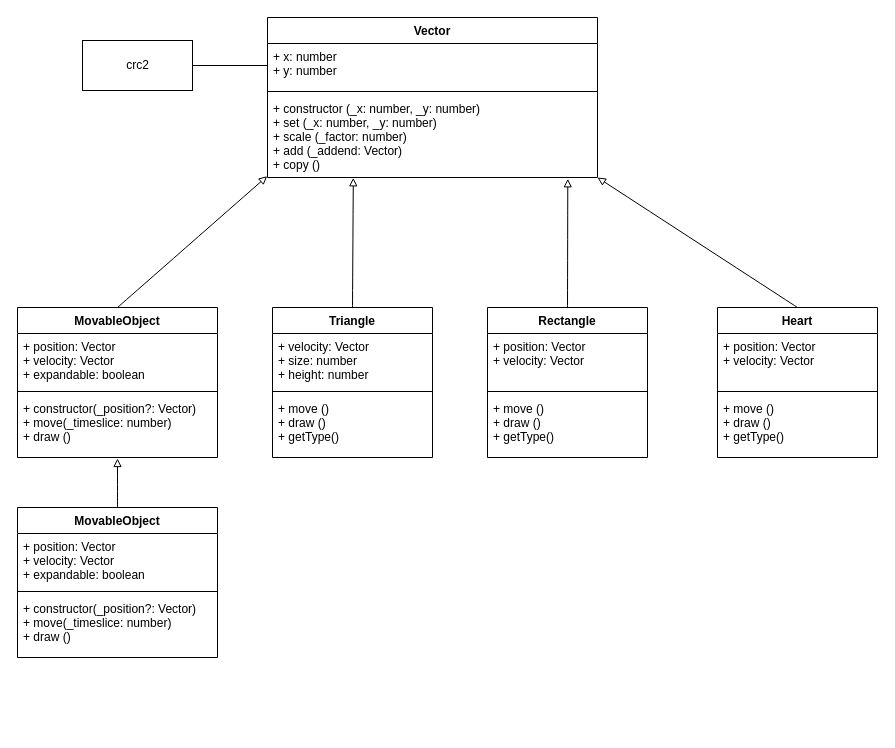
Above: Konzept/ENDABGABE_Classdiagram.drawio in sebifyy/EIA2_Endabgabe-SebastianHoffmann (draw.io), before the change. Source tidied: cells renumbered, new cells numbered last; positions are measured from the earlier drawing's top-left corner, leaving out a move shared by most shapes. Both pictures are drawn from the tidied source at 100%, with x=0, y=0 at pixel (17, 17).
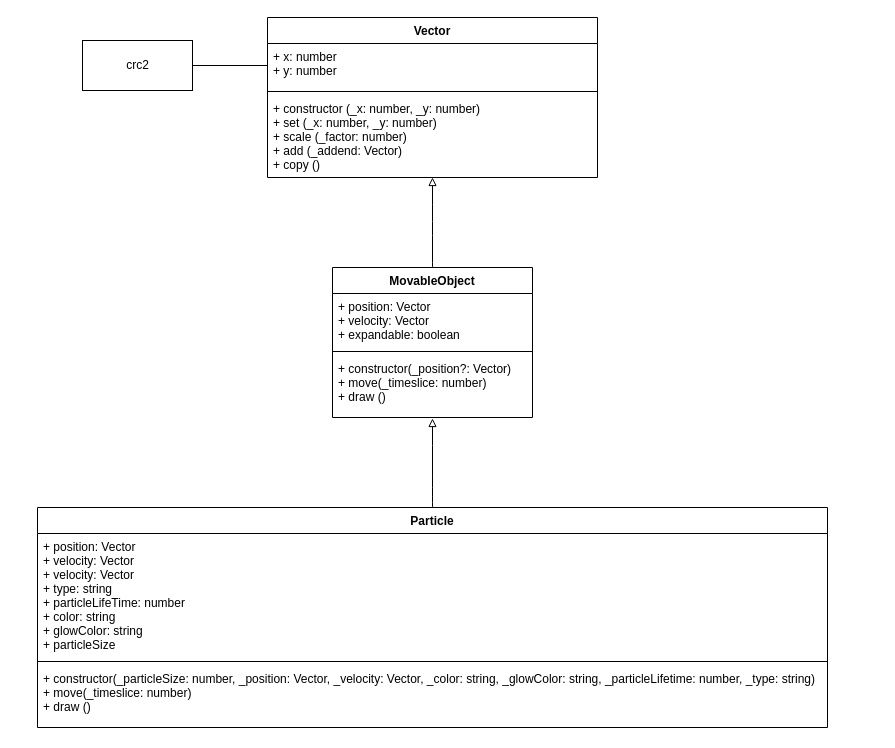
After the change.

The edit, as a diff of the source:
```diff
@@
-    <mxCell id="4" style="endArrow=block;html=1;entryX=-0.001;entryY=0.984;entryDx=0;entryDy=0;entryPerimeter=0;curved=1;strokeWidth=1;endFill=0;exitX=0.5;exitY=0;exitDx=0;exitDy=0;" parent="1" edge="1" source="20" target="28">
+    <mxCell id="4" style="endArrow=block;html=1;curved=1;strokeWidth=1;endFill=0;exitX=0.5;exitY=0;exitDx=0;exitDy=0;" parent="1" edge="1" source="20" target="28">
       <mxGeometry relative="1" as="geometry" />
     </mxCell>
-    <mxCell id="5" style="endArrow=block;html=1;entryX=0.26;entryY=1.004;entryDx=0;entryDy=0;curved=1;strokeWidth=1;endFill=0;exitX=0.5;exitY=0;exitDx=0;exitDy=0;entryPerimeter=0;" parent="1" edge="1" source="16" target="28">
-      <mxGeometry relative="1" as="geometry" />
-    </mxCell>
-    <mxCell id="6" style="endArrow=block;html=1;entryX=0.91;entryY=1.016;entryDx=0;entryDy=0;entryPerimeter=0;curved=1;strokeWidth=1;endFill=0;exitX=0.5;exitY=0;exitDx=0;exitDy=0;" parent="1" edge="1" source="12" target="28">
-      <mxGeometry relative="1" as="geometry" />
-    </mxCell>
-    <mxCell id="7" style="endArrow=block;html=1;entryX=1;entryY=1;entryDx=0;entryDy=0;curved=1;strokeWidth=1;endFill=0;exitX=0.5;exitY=0;exitDx=0;exitDy=0;" parent="1" edge="1" source="8" target="25">
-      <mxGeometry relative="1" as="geometry" />
-    </mxCell>
-    <mxCell id="8" value="Heart" style="swimlane;fontStyle=1;align=center;verticalAlign=top;horizontal=1;startSize=26;" parent="1" vertex="1">
-      <mxGeometry x="700" y="290" width="160" height="150" as="geometry" />
-    </mxCell>
-    <mxCell id="9" value="+ position: Vector&#10;+ velocity: Vector" style="text;align=left;verticalAlign=top;spacingLeft=4;spacingRight=4;overflow=hidden;" parent="8" vertex="1">
-      <mxGeometry y="26" width="160" height="54" as="geometry" />
-    </mxCell>
-    <mxCell id="10" style="line;strokeWidth=1;fillColor=none;align=left;verticalAlign=middle;spacingTop=-1;spacingLeft=3;spacingRight=3;labelPosition=right;" parent="8" vertex="1">
-      <mxGeometry y="80" width="160" height="8" as="geometry" />
-    </mxCell>
-    <mxCell id="11" value="+ move ()&#10;+ draw ()&#10;+ getType()" style="text;align=left;verticalAlign=top;spacingLeft=4;spacingRight=4;overflow=hidden;" parent="8" vertex="1">
-      <mxGeometry y="88" width="160" height="62" as="geometry" />
-    </mxCell>
-    <mxCell id="12" value="Rectangle" style="swimlane;fontStyle=1;align=center;verticalAlign=top;horizontal=1;startSize=26;" parent="1" vertex="1">
-      <mxGeometry x="470" y="290" width="160" height="150" as="geometry" />
-    </mxCell>
-    <mxCell id="13" value="+ position: Vector&#10;+ velocity: Vector" style="text;align=left;verticalAlign=top;spacingLeft=4;spacingRight=4;overflow=hidden;" parent="12" vertex="1">
-      <mxGeometry y="26" width="160" height="54" as="geometry" />
-    </mxCell>
-    <mxCell id="14" style="line;strokeWidth=1;fillColor=none;align=left;verticalAlign=middle;spacingTop=-1;spacingLeft=3;spacingRight=3;labelPosition=right;" parent="12" vertex="1">
-      <mxGeometry y="80" width="160" height="8" as="geometry" />
-    </mxCell>
-    <mxCell id="15" value="+ move ()&#10;+ draw ()&#10;+ getType()" style="text;align=left;verticalAlign=top;spacingLeft=4;spacingRight=4;overflow=hidden;" parent="12" vertex="1">
-      <mxGeometry y="88" width="160" height="62" as="geometry" />
-    </mxCell>
-    <mxCell id="16" value="Triangle" style="swimlane;fontStyle=1;align=center;verticalAlign=top;horizontal=1;startSize=26;" parent="1" vertex="1">
-      <mxGeometry x="255" y="290" width="160" height="150" as="geometry" />
-    </mxCell>
-    <mxCell id="17" value="+ velocity: Vector&#10;+ size: number&#10;+ height: number" style="text;align=left;verticalAlign=top;spacingLeft=4;spacingRight=4;overflow=hidden;" parent="16" vertex="1">
-      <mxGeometry y="26" width="160" height="54" as="geometry" />
-    </mxCell>
-    <mxCell id="18" style="line;strokeWidth=1;fillColor=none;align=left;verticalAlign=middle;spacingTop=-1;spacingLeft=3;spacingRight=3;labelPosition=right;" parent="16" vertex="1">
-      <mxGeometry y="80" width="160" height="8" as="geometry" />
-    </mxCell>
-    <mxCell id="19" value="+ move ()&#10;+ draw ()&#10;+ getType()" style="text;align=left;verticalAlign=top;spacingLeft=4;spacingRight=4;overflow=hidden;" parent="16" vertex="1">
-      <mxGeometry y="88" width="160" height="62" as="geometry" />
-    </mxCell>
+    <mxCell id="25" value="Vector" style="swimlane;fontStyle=1;align=center;verticalAlign=top;horizontal=1;startSize=26;" parent="1" vertex="1">
+      <mxGeometry x="250" width="330" height="160" as="geometry" />
+    </mxCell>
+    <mxCell id="26" value="+ x: number&#10;+ y: number" style="text;align=left;verticalAlign=top;spacingLeft=4;spacingRight=4;overflow=hidden;points=[[0,0.5],[1,0.5]];portConstraint=eastwest;" parent="25" vertex="1">
+      <mxGeometry y="26" width="330" height="44" as="geometry" />
+    </mxCell>
+    <mxCell id="27" style="line;strokeWidth=1;fillColor=none;align=left;verticalAlign=middle;spacingTop=-1;spacingLeft=3;spacingRight=3;labelPosition=right;" parent="25" vertex="1">
+      <mxGeometry y="70" width="330" height="8" as="geometry" />
+    </mxCell>
+    <mxCell id="28" value="+ constructor (_x: number, _y: number)&#10;+ set (_x: number, _y: number)&#10;+ scale (_factor: number)&#10;+ add (_addend: Vector)&#10;+ copy ()&#10;" style="text;align=left;verticalAlign=top;spacingLeft=4;spacingRight=4;overflow=hidden;points=[[0,0.5],[1,0.5]];portConstraint=eastwest;" parent="25" vertex="1">
+      <mxGeometry y="78" width="330" height="82" as="geometry" />
+    </mxCell>
     <mxCell id="20" value="MovableObject" style="swimlane;fontStyle=1;align=center;verticalAlign=top;horizontal=1;startSize=26;" parent="1" vertex="1">
-      <mxGeometry y="290" width="200" height="150" as="geometry" />
+      <mxGeometry x="315" y="250" width="200" height="150" as="geometry" />
     </mxCell>
@@
-    <mxCell id="25" value="Vector" style="swimlane;fontStyle=1;align=center;verticalAlign=top;horizontal=1;startSize=26;" parent="1" vertex="1">
-      <mxGeometry x="250" width="330" height="160" as="geometry" />
-    </mxCell>
-    <mxCell id="26" value="+ x: number&#10;+ y: number" style="text;align=left;verticalAlign=top;spacingLeft=4;spacingRight=4;overflow=hidden;points=[[0,0.5],[1,0.5]];portConstraint=eastwest;" parent="25" vertex="1">
-      <mxGeometry y="26" width="330" height="44" as="geometry" />
-    </mxCell>
-    <mxCell id="27" style="line;strokeWidth=1;fillColor=none;align=left;verticalAlign=middle;spacingTop=-1;spacingLeft=3;spacingRight=3;labelPosition=right;" parent="25" vertex="1">
-      <mxGeometry y="70" width="330" height="8" as="geometry" />
-    </mxCell>
-    <mxCell id="28" value="+ constructor (_x: number, _y: number)&#10;+ set (_x: number, _y: number)&#10;+ scale (_factor: number)&#10;+ add (_addend: Vector)&#10;+ copy ()&#10;" style="text;align=left;verticalAlign=top;spacingLeft=4;spacingRight=4;overflow=hidden;points=[[0,0.5],[1,0.5]];portConstraint=eastwest;" parent="25" vertex="1">
-      <mxGeometry y="78" width="330" height="82" as="geometry" />
-    </mxCell>
-    <mxCell id="29" value="MovableObject" style="swimlane;fontStyle=1;align=center;verticalAlign=top;horizontal=1;startSize=26;" parent="1" vertex="1">
-      <mxGeometry y="490" width="200" height="150" as="geometry" />
+    <mxCell id="29" value="Particle" style="swimlane;fontStyle=1;align=center;verticalAlign=top;horizontal=1;startSize=26;" parent="1" vertex="1">
+      <mxGeometry x="20" y="490" width="790" height="220" as="geometry" />
     </mxCell>
-    <mxCell id="30" value="+ position: Vector&#10;+ velocity: Vector&#10;+ expandable: boolean" style="text;align=left;verticalAlign=top;spacingLeft=4;spacingRight=4;overflow=hidden;" parent="29" vertex="1">
-      <mxGeometry y="26" width="200" height="54" as="geometry" />
+    <mxCell id="30" value="+ position: Vector&#10;+ velocity: Vector&#10;+ velocity: Vector&#10;+ type: string&#10;+ particleLifeTime: number&#10;+ color: string&#10;+ glowColor: string&#10;+ particleSize" style="text;align=left;verticalAlign=top;spacingLeft=4;spacingRight=4;overflow=hidden;" parent="29" vertex="1">
+      <mxGeometry y="26" width="790" height="124" as="geometry" />
     </mxCell>
     <mxCell id="31" style="line;strokeWidth=1;fillColor=none;align=left;verticalAlign=middle;spacingTop=-1;spacingLeft=3;spacingRight=3;labelPosition=right;" parent="29" vertex="1">
-      <mxGeometry y="80" width="200" height="8" as="geometry" />
+      <mxGeometry y="150" width="790" height="8" as="geometry" />
     </mxCell>
-    <mxCell id="32" value="+ constructor(_position?: Vector)&#10;+ move(_timeslice: number)&#10;+ draw ()" style="text;align=left;verticalAlign=top;spacingLeft=4;spacingRight=4;overflow=hidden;" parent="29" vertex="1">
-      <mxGeometry y="88" width="200" height="62" as="geometry" />
+    <mxCell id="32" value="+ constructor(_particleSize: number, _position: Vector, _velocity: Vector, _color: string, _glowColor: string, _particleLifetime: number, _type: string)&#10;+ move(_timeslice: number)&#10;+ draw ()" style="text;align=left;verticalAlign=top;spacingLeft=4;spacingRight=4;overflow=hidden;" parent="29" vertex="1">
+      <mxGeometry y="158" width="790" height="62" as="geometry" />
     </mxCell>
```
